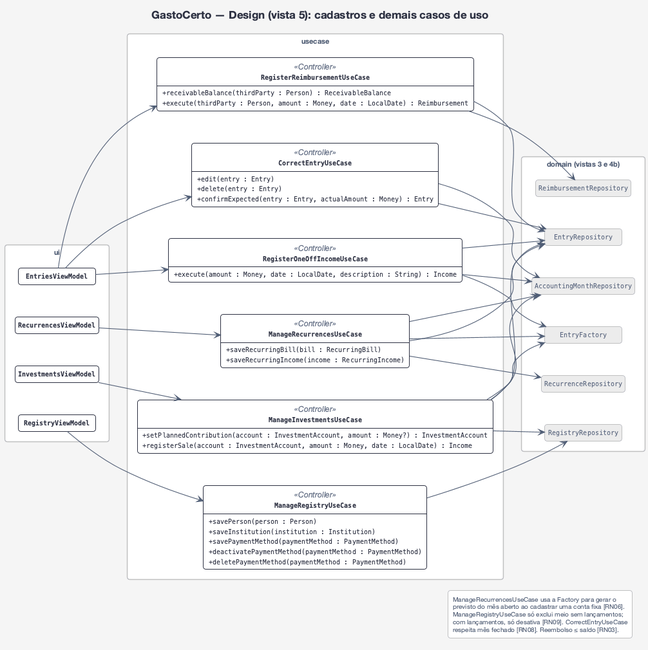
Above: docs/uml/design-5-cadastros.png in gabrielfbarbosa/gasto-certo (PlantUML), before the change.
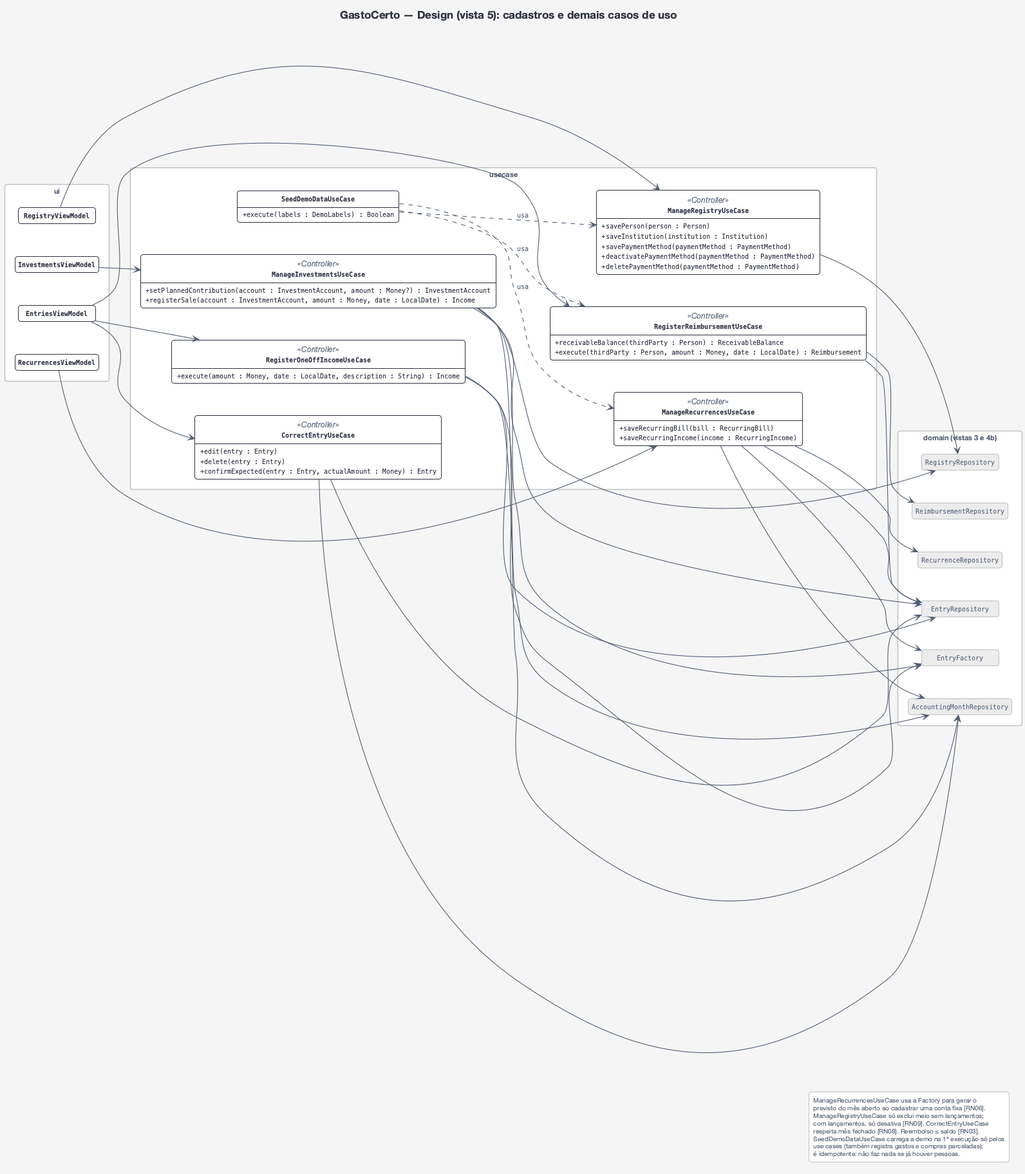
After the commit.

Commit message:
feat(usecase): seed de demonstração idempotente feito pelos use cases, com textos en/pt-BR

What changed in the source:
```diff
@@ -42,6 +42,9 @@
     + receivableBalance(thirdParty : Person) : ReceivableBalance
     + execute(thirdParty : Person, amount : Money, date : LocalDate) : Reimbursement
   }
+  class SeedDemoDataUseCase {
+    + execute(labels : DemoLabels) : Boolean
+  }
 }
 package "domain (vistas 3 e 4b)" {
   class RegistryRepository <<ref>>
@@ -74,6 +77,9 @@
 CorrectEntryUseCase --> AccountingMonthRepository
 RegisterReimbursementUseCase --> EntryRepository
 RegisterReimbursementUseCase --> ReimbursementRepository
+SeedDemoDataUseCase ..> ManageRegistryUseCase : usa
+SeedDemoDataUseCase ..> ManageRecurrencesUseCase : usa
+SeedDemoDataUseCase ..> RegisterReimbursementUseCase : usa
 
 legend right
   ManageRecurrencesUseCase usa a Factory para gerar o
@@ -81,5 +87,8 @@
   ManageRegistryUseCase só exclui meio sem lançamentos;
   com lançamentos, só desativa [RN09]. CorrectEntryUseCase
   respeita mês fechado [RN08]. Reembolso ≤ saldo [RN03].
+  SeedDemoDataUseCase carrega a demo na 1ª execução só pelos
+  use cases (também registra gastos e compras parceladas);
+  é idempotente: não faz nada se já houver pessoas.
 endlegend
 @enduml
```
